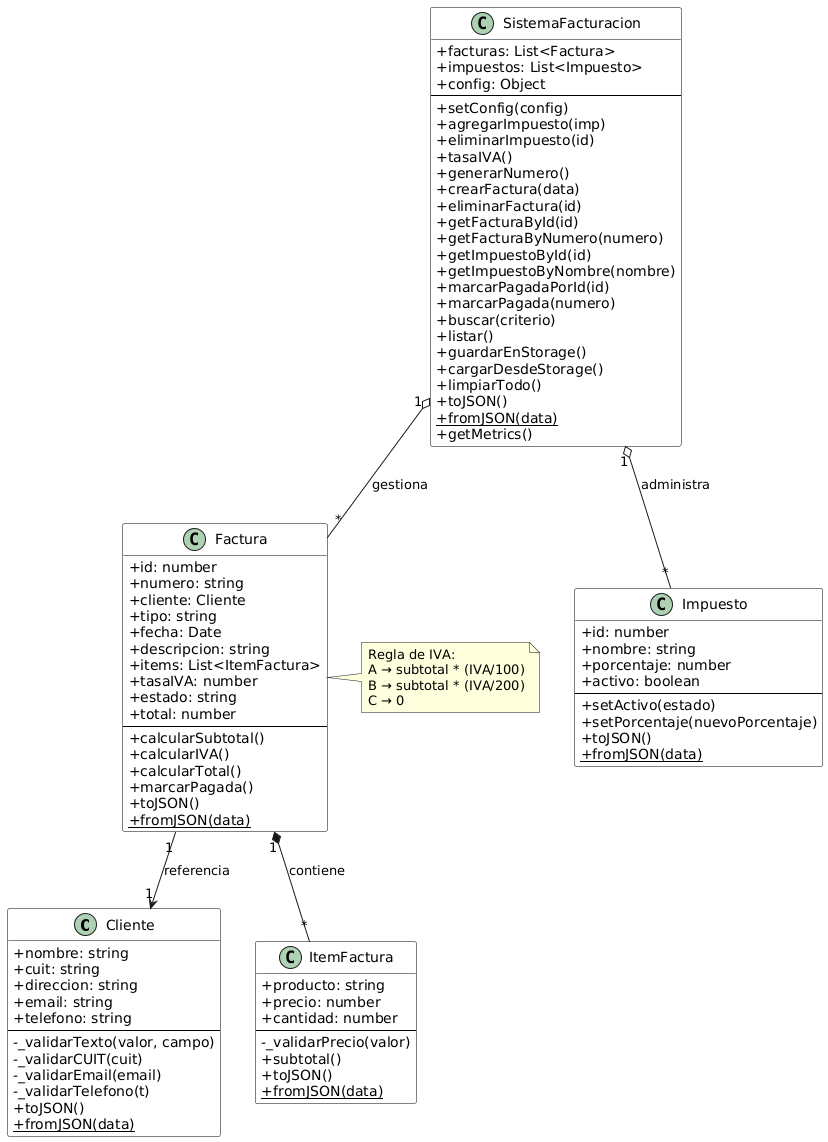
The PlantUML diagram docs/04-diagramas/02-diagrama-de-clases/diagrama-clases.png in ramiromarcosmorales/emiti-web, before a commit. Its diagram source:
```plantuml
@startuml
hide empty members
skinparam classAttributeIconSize 0
skinparam Shadowing false
skinparam classBackgroundColor white
skinparam classBorderColor black
skinparam classFontSize 14


class Cliente {
  +nombre: string
  +cuit: string
  +direccion: string
  +email: string
  +telefono: string
  --
  -_validarTexto(valor, campo)
  -_validarCUIT(cuit)
  -_validarEmail(email)
  -_validarTelefono(t)
  +toJSON()
  +{static} fromJSON(data)
}

class ItemFactura {
  +producto: string
  +precio: number
  +cantidad: number
  --
  -_validarPrecio(valor)
  +subtotal()
  +toJSON()
  +{static} fromJSON(data)
}

class Impuesto {
  +id: number
  +nombre: string
  +porcentaje: number
  +activo: boolean
  --
  +setActivo(estado)
  +setPorcentaje(nuevoPorcentaje)
  +toJSON()
  +{static} fromJSON(data)
}

class Factura {
  +id: number
  +numero: string
  +cliente: Cliente
  +tipo: string
  +fecha: Date
  +descripcion: string
  +items: List<ItemFactura>
  +tasaIVA: number
  +estado: string
  +total: number
  --
  +calcularSubtotal()
  +calcularIVA()
  +calcularTotal()
  +marcarPagada()
  +toJSON()
  +{static} fromJSON(data)
}

class SistemaFacturacion {
  +facturas: List<Factura>
  +impuestos: List<Impuesto>
  +config: Object
  --
  +setConfig(config)
  +agregarImpuesto(imp)
  +eliminarImpuesto(id)
  +tasaIVA()
  +generarNumero()
  +crearFactura(data)
  +eliminarFactura(id)
  +getFacturaById(id)
  +getFacturaByNumero(numero)
  +getImpuestoById(id)
  +getImpuestoByNombre(nombre)
  +marcarPagadaPorId(id)
  +marcarPagada(numero)
  +buscar(criterio)
  +listar()
  +guardarEnStorage()
  +cargarDesdeStorage()
  +limpiarTodo()
  +toJSON()
  +{static} fromJSON(data)
  +getMetrics()
}


Factura "1" *-- "*" ItemFactura : contiene
Factura "1" --> "1" Cliente : referencia

SistemaFacturacion "1" o-- "*" Factura : gestiona
SistemaFacturacion "1" o-- "*" Impuesto : administra

note right of Factura
Regla de IVA:
A → subtotal * (IVA/100)
B → subtotal * (IVA/200)
C → 0
end note
@enduml
```
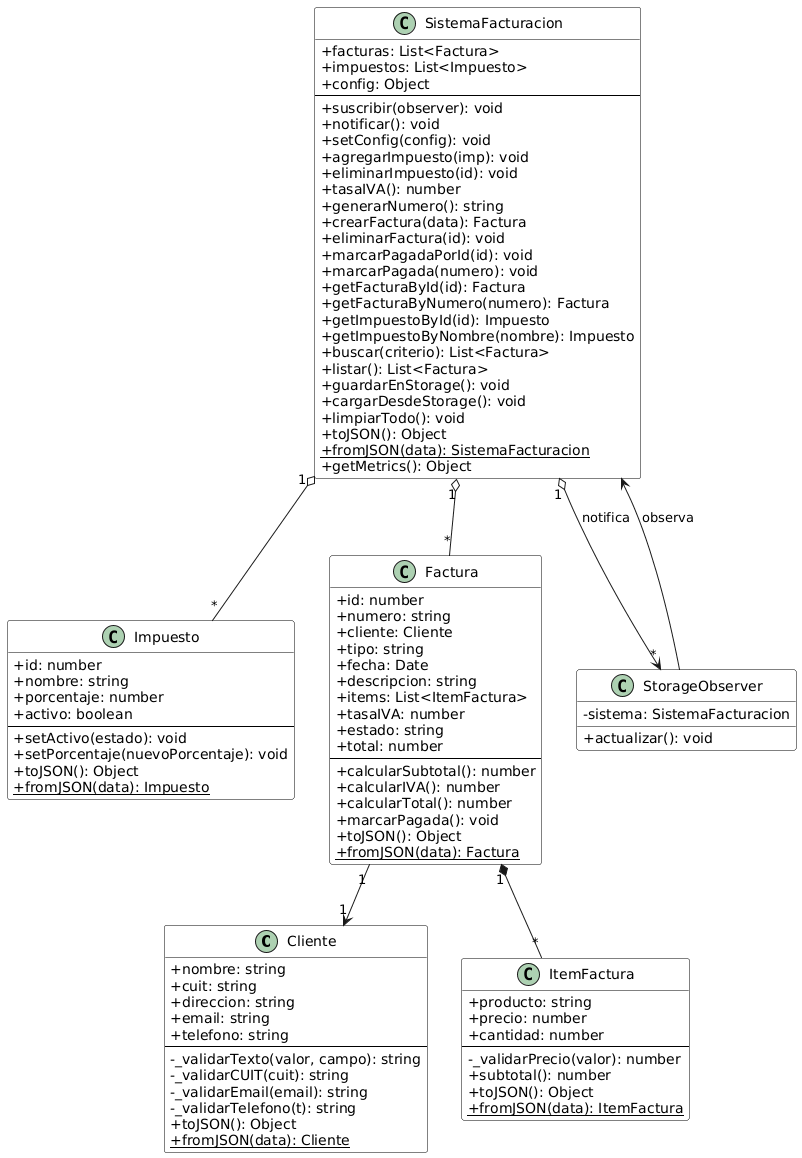
Above is the later version.

The edit, as a diff of the source:
```diff
@@ -14,12 +14,12 @@
   +email: string
   +telefono: string
   --
-  -_validarTexto(valor, campo)
-  -_validarCUIT(cuit)
-  -_validarEmail(email)
-  -_validarTelefono(t)
-  +toJSON()
-  +{static} fromJSON(data)
+  -_validarTexto(valor, campo): string
+  -_validarCUIT(cuit): string
+  -_validarEmail(email): string
+  -_validarTelefono(t): string
+  +toJSON(): Object
+  +{static} fromJSON(data): Cliente
 }
 
 class ItemFactura {
@@ -27,10 +27,10 @@
   +precio: number
   +cantidad: number
   --
-  -_validarPrecio(valor)
-  +subtotal()
-  +toJSON()
-  +{static} fromJSON(data)
+  -_validarPrecio(valor): number
+  +subtotal(): number
+  +toJSON(): Object
+  +{static} fromJSON(data): ItemFactura
 }
 
 class Impuesto {
@@ -39,10 +39,10 @@
   +porcentaje: number
   +activo: boolean
   --
-  +setActivo(estado)
-  +setPorcentaje(nuevoPorcentaje)
-  +toJSON()
-  +{static} fromJSON(data)
+  +setActivo(estado): void
+  +setPorcentaje(nuevoPorcentaje): void
+  +toJSON(): Object
+  +{static} fromJSON(data): Impuesto
 }
 
 class Factura {
@@ -57,12 +57,12 @@
   +estado: string
   +total: number
   --
-  +calcularSubtotal()
-  +calcularIVA()
-  +calcularTotal()
-  +marcarPagada()
-  +toJSON()
-  +{static} fromJSON(data)
+  +calcularSubtotal(): number
+  +calcularIVA(): number
+  +calcularTotal(): number
+  +marcarPagada(): void
+  +toJSON(): Object
+  +{static} fromJSON(data): Factura
 }
 
 class SistemaFacturacion {
@@ -70,40 +70,42 @@
   +impuestos: List<Impuesto>
   +config: Object
   --
-  +setConfig(config)
-  +agregarImpuesto(imp)
-  +eliminarImpuesto(id)
-  +tasaIVA()
-  +generarNumero()
-  +crearFactura(data)
-  +eliminarFactura(id)
-  +getFacturaById(id)
-  +getFacturaByNumero(numero)
-  +getImpuestoById(id)
-  +getImpuestoByNombre(nombre)
-  +marcarPagadaPorId(id)
-  +marcarPagada(numero)
-  +buscar(criterio)
-  +listar()
-  +guardarEnStorage()
-  +cargarDesdeStorage()
-  +limpiarTodo()
-  +toJSON()
-  +{static} fromJSON(data)
-  +getMetrics()
+  +suscribir(observer): void
+  +notificar(): void
+  +setConfig(config): void
+  +agregarImpuesto(imp): void
+  +eliminarImpuesto(id): void
+  +tasaIVA(): number
+  +generarNumero(): string
+  +crearFactura(data): Factura
+  +eliminarFactura(id): void
+  +marcarPagadaPorId(id): void
+  +marcarPagada(numero): void
+  +getFacturaById(id): Factura
+  +getFacturaByNumero(numero): Factura
+  +getImpuestoById(id): Impuesto
+  +getImpuestoByNombre(nombre): Impuesto
+  +buscar(criterio): List<Factura>
+  +listar(): List<Factura>
+  +guardarEnStorage(): void
+  +cargarDesdeStorage(): void
+  +limpiarTodo(): void
+  +toJSON(): Object
+  +{static} fromJSON(data): SistemaFacturacion
+  +getMetrics(): Object
 }
 
+class StorageObserver {
+  -sistema: SistemaFacturacion
+  +actualizar(): void
+}
 
-Factura "1" *-- "*" ItemFactura : contiene
-Factura "1" --> "1" Cliente : referencia
+SistemaFacturacion "1" o--> "*" StorageObserver : notifica
+StorageObserver --> SistemaFacturacion : observa
 
-SistemaFacturacion "1" o-- "*" Factura : gestiona
-SistemaFacturacion "1" o-- "*" Impuesto : administra
+Factura "1" *-- "*" ItemFactura
+Factura "1" --> "1" Cliente
 
-note right of Factura
-Regla de IVA:
-A → subtotal * (IVA/100)
-B → subtotal * (IVA/200)
-C → 0
-end note
+SistemaFacturacion "1" o-- "*" Factura
+SistemaFacturacion "1" o-- "*" Impuesto
 @enduml
```
